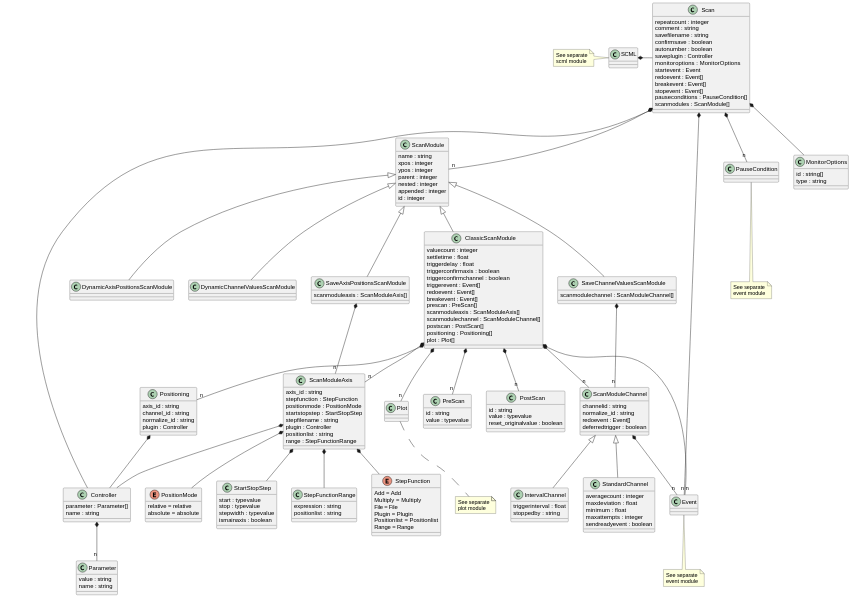
Above: docs/uml/evedata.scml.scan.svg in tillbiskup/evedata (PlantUML), before the change. Source of this version:
```plantuml
@startuml

class Scan {
    repeatcount : integer
    comment : string
    savefilename : string
    confirmsave : boolean
    autonumber : boolean
    saveplugin : Controller
    monitoroptions : MonitorOptions
    startevent : Event
    redoevent : Event[]
    breakevent : Event[]
    stopevent : Event[]
    pauseconditions : PauseCondition[]
    scanmodules : ScanModule[]
}
Scan *-- Controller
Scan *-- "n" ScanModule
Scan *-- "n" PauseCondition
Scan *-- "n" Event
Scan *-- MonitorOptions

note bottom of PauseCondition: See separate\nevent module

SCML *- Scan
note left of SCML: See separate\nscml module

class ScanModule {
    name : string
    xpos : integer
    ypos : integer
    parent : integer
    nested : integer
    appended : integer
    id : integer
}
ScanModule <|-- ClassicScanModule
ScanModule <|-- SaveAxisPositionsScanModule
ScanModule <|-- SaveChannelValuesScanModule
ScanModule <|-- DynamicAxisPositionsScanModule
ScanModule <|-- DynamicChannelValuesScanModule

class Controller {
    parameter : Parameter[]
    name : string
}
Controller *-- "n" Parameter

class IntervalChannel {
    triggerinterval : float
    stoppedby : string
}

class MonitorOptions {
    id : string[]
    type : string
}

class Parameter {
    value : string
    name : string
}

class Positioning {
    axis_id : string
    channel_id : string
    normalize_id : string
    plugin : Controller
}
Positioning *-- Controller

class ClassicScanModule {
    valuecount : integer
    settletime : float
    triggerdelay : float
    triggerconfirmaxis : boolean
    triggerconfirmchannel : boolean
    triggerevent : Event[]
    redoevent : Event[]
    breakevent : Event[]
    prescan : PreScan[]
    scanmoduleaxis : ScanModuleAxis[]
    scanmodulechannel : ScanModuleChannel[]
    postscan : PostScan[]
    positioning : Positioning[]
    plot : Plot[]
}
ClassicScanModule *-- "n" Event
ClassicScanModule *-- "n" PreScan
ClassicScanModule *-- "n" ScanModuleAxis
ClassicScanModule *-- "n" ScanModuleChannel
ClassicScanModule *-- "n" PostScan
ClassicScanModule *-- "n" Positioning
ClassicScanModule *-- "n" Plot

note bottom of Plot: See separate\nplot module
note bottom of Event: See separate\nevent module

class PreScan {
    id : string
    value : typevalue
}

class PostScan {
    id : string
    value : typevalue
    reset_originalvalue : boolean
}

class DynamicAxisPositionsScanModule {
}

class DynamicChannelValuesScanModule {
}

class SaveAxisPositionsScanModule {
    scanmoduleaxis : ScanModuleAxis[]
}
SaveAxisPositionsScanModule *-- "n" ScanModuleAxis

class SaveChannelValuesScanModule {
    scanmodulechannel : ScanModuleChannel[]
}
SaveChannelValuesScanModule *-- "n" ScanModuleChannel

class ScanModuleAxis {
    axis_id : string
    stepfunction : StepFunction
    positionmode : PositionMode
    startstopstep : StartStopStep
    stepfilename : string
    plugin : Controller
    positionlist : string
    range : StepFunctionRange
}
ScanModuleAxis *-- StepFunction
ScanModuleAxis *-- PositionMode
ScanModuleAxis *-- StartStopStep
ScanModuleAxis *-- Controller
ScanModuleAxis *-- StepFunctionRange

enum PositionMode {
    relative = relative
    absolute = absolute
}

class ScanModuleChannel {
    channelid : string
    normalize_id : string
    redoevent : Event[]
    deferredtrigger : boolean
}
ScanModuleChannel <|-- StandardChannel
ScanModuleChannel <|-- IntervalChannel
ScanModuleChannel *-- "n" Event

class StandardChannel {
    averagecount : integer
    maxdeviation : float
    minimum : float
    maxattempts : integer
    sendreadyevent : boolean
}

class StartStopStep {
    start : typevalue
    stop : typevalue
    stepwidth : typevalue
    ismainaxis : boolean
}

enum StepFunction {
    Add = Add
    Multiply = Multiply
    File = File
    Plugin = Plugin
    Positionlist = Positionlist
    Range = Range
}

class StepFunctionRange {
    expression : string
    positionlist : string
}
@enduml
```
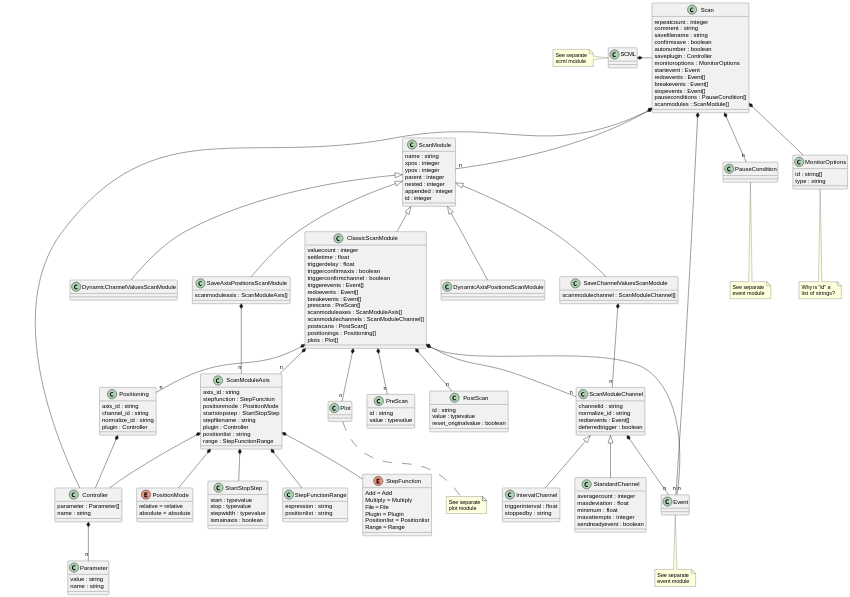
The same file after the commit.

Diff of the diagram source:
```diff
@@ -9,9 +9,9 @@
     saveplugin : Controller
     monitoroptions : MonitorOptions
     startevent : Event
-    redoevent : Event[]
-    breakevent : Event[]
-    stopevent : Event[]
+    redoevents : Event[]
+    breakevents : Event[]
+    stopevents : Event[]
     pauseconditions : PauseCondition[]
     scanmodules : ScanModule[]
 }
@@ -56,6 +56,7 @@
     id : string[]
     type : string
 }
+note bottom: Why is "id" a\nlist of strings?
 
 class Parameter {
     value : string
@@ -76,15 +77,15 @@
     triggerdelay : float
     triggerconfirmaxis : boolean
     triggerconfirmchannel : boolean
-    triggerevent : Event[]
-    redoevent : Event[]
-    breakevent : Event[]
-    prescan : PreScan[]
-    scanmoduleaxis : ScanModuleAxis[]
-    scanmodulechannel : ScanModuleChannel[]
-    postscan : PostScan[]
-    positioning : Positioning[]
-    plot : Plot[]
+    triggerevents : Event[]
+    redoevents : Event[]
+    breakevents : Event[]
+    prescans : PreScan[]
+    scanmoduleaxes : ScanModuleAxis[]
+    scanmodulechannels : ScanModuleChannel[]
+    postscans : PostScan[]
+    positionings : Positioning[]
+    plots : Plot[]
 }
 ClassicScanModule *-- "n" Event
 ClassicScanModule *-- "n" PreScan
@@ -148,7 +149,7 @@
 class ScanModuleChannel {
     channelid : string
     normalize_id : string
-    redoevent : Event[]
+    redoevents : Event[]
     deferredtrigger : boolean
 }
 ScanModuleChannel <|-- StandardChannel
```
